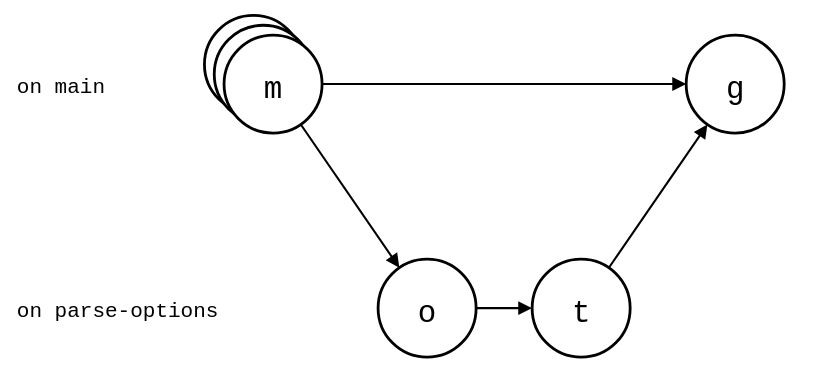
This is docs/05-comparisons/02-third-party/josh-view-merged.drawio.svg from roschaefer/git-splice, a draw.io export, as it was before one commit. Source tidied: cells renumbered, new cells last; positions are measured from the earlier drawing's top-left corner, leaving out a move shared by most shapes.
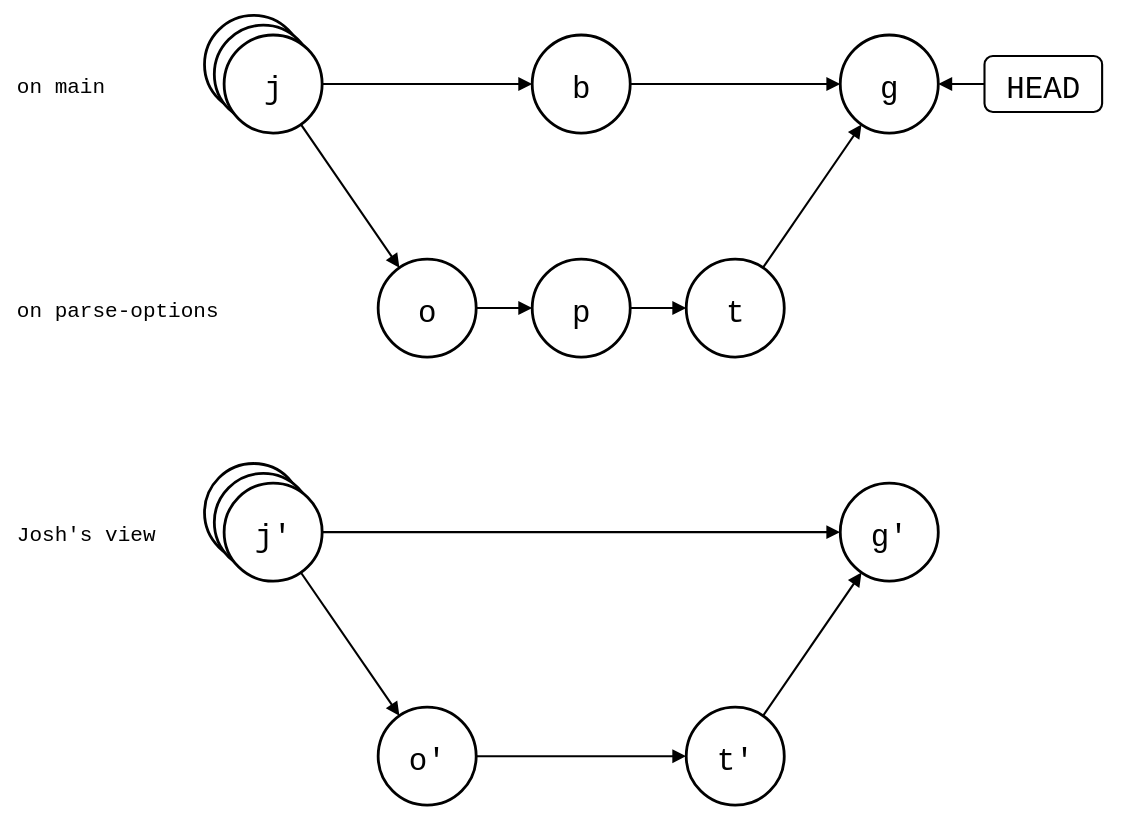
After the commit.

Commit message:
docs(comparisons): draw the Josh monorepo next to its view of the library

The drawing showed only Josh's view, while the git-splice drawing below it shows the monorepo and the library. Now both have the same rows: the branch and the merge, and what the library sees of them.

Diff of the diagram source:
```diff
@@ -8,35 +8,86 @@
     <mxCell id="3" value="on parse-options" style="text;strokeColor=none;fillColor=none;align=left;verticalAlign=middle;fontSize=15;fontFamily=Roboto Mono,monospace;" parent="1" vertex="1">
       <mxGeometry y="194" width="130" height="30" as="geometry" />
     </mxCell>
+    <mxCell id="14" value="Josh's view" style="text;strokeColor=none;fillColor=none;align=left;verticalAlign=middle;fontSize=15;fontFamily=Roboto Mono,monospace;" parent="1" vertex="1">
+      <mxGeometry y="354" width="130" height="30" as="geometry" />
+    </mxCell>
     <mxCell id="4" style="shape=ellipse;strokeWidth=2;fontSize=22;fontFamily=Roboto Mono,monospace;" parent="1" vertex="1">
       <mxGeometry x="136" width="70" height="70" as="geometry" />
     </mxCell>
     <mxCell id="5" style="shape=ellipse;strokeWidth=2;fontSize=22;fontFamily=Roboto Mono,monospace;" parent="1" vertex="1">
       <mxGeometry x="143" y="7" width="70" height="70" as="geometry" />
     </mxCell>
-    <mxCell id="6" value="m" style="ellipse;strokeWidth=2;fontSize=22;fontFamily=Roboto Mono,monospace;" parent="1" vertex="1">
-      <mxGeometry x="150" y="14" width="70" height="70" as="geometry" />
-    </mxCell>
+    <mxCell id="15" value="j" style="ellipse;strokeWidth=2;fontSize=22;fontFamily=Roboto Mono,monospace;" parent="1" vertex="1">
+      <mxGeometry x="150" y="14" width="70" height="70" as="geometry" />
+    </mxCell>
+    <mxCell id="16" value="b" style="ellipse;strokeWidth=2;fontSize=22;fontFamily=Roboto Mono,monospace;" parent="1" vertex="1">
+      <mxGeometry x="370" y="14" width="70" height="70" as="geometry" />
+    </mxCell>
+    <mxCell id="9" value="g" style="ellipse;strokeWidth=2;fontSize=22;fontFamily=Roboto Mono,monospace;" parent="1" vertex="1">
+      <mxGeometry x="590" y="14" width="70" height="70" as="geometry" />
+    </mxCell>
     <mxCell id="7" value="o" style="ellipse;strokeWidth=2;fontSize=22;fontFamily=Roboto Mono,monospace;" parent="1" vertex="1">
       <mxGeometry x="260" y="174" width="70" height="70" as="geometry" />
     </mxCell>
+    <mxCell id="17" value="p" style="ellipse;strokeWidth=2;fontSize=22;fontFamily=Roboto Mono,monospace;" parent="1" vertex="1">
+      <mxGeometry x="370" y="174" width="70" height="70" as="geometry" />
+    </mxCell>
     <mxCell id="8" value="t" style="ellipse;strokeWidth=2;fontSize=22;fontFamily=Roboto Mono,monospace;" parent="1" vertex="1">
-      <mxGeometry x="370" y="174" width="70" height="70" as="geometry" />
+      <mxGeometry x="480" y="174" width="70" height="70" as="geometry" />
     </mxCell>
-    <mxCell id="9" value="g" style="ellipse;strokeWidth=2;fontSize=22;fontFamily=Roboto Mono,monospace;" parent="1" vertex="1">
-      <mxGeometry x="480" y="14" width="70" height="70" as="geometry" />
-    </mxCell>
+    <mxCell id="18" style="shape=ellipse;strokeWidth=2;fontSize=22;fontFamily=Roboto Mono,monospace;" parent="1" vertex="1">
+      <mxGeometry x="136" y="320" width="70" height="70" as="geometry" />
+    </mxCell>
+    <mxCell id="19" style="shape=ellipse;strokeWidth=2;fontSize=22;fontFamily=Roboto Mono,monospace;" parent="1" vertex="1">
+      <mxGeometry x="143" y="327" width="70" height="70" as="geometry" />
+    </mxCell>
+    <mxCell id="20" value="j'" style="ellipse;strokeWidth=2;fontSize=22;fontFamily=Roboto Mono,monospace;" parent="1" vertex="1">
+      <mxGeometry x="150" y="334" width="70" height="70" as="geometry" />
+    </mxCell>
+    <mxCell id="21" value="g'" style="ellipse;strokeWidth=2;fontSize=22;fontFamily=Roboto Mono,monospace;" parent="1" vertex="1">
+      <mxGeometry x="590" y="334" width="70" height="70" as="geometry" />
+    </mxCell>
+    <mxCell id="22" value="o'" style="ellipse;strokeWidth=2;fontSize=22;fontFamily=Roboto Mono,monospace;" parent="1" vertex="1">
+      <mxGeometry x="260" y="494" width="70" height="70" as="geometry" />
+    </mxCell>
+    <mxCell id="23" value="t'" style="ellipse;strokeWidth=2;fontSize=22;fontFamily=Roboto Mono,monospace;" parent="1" vertex="1">
+      <mxGeometry x="480" y="494" width="70" height="70" as="geometry" />
+    </mxCell>
+    <mxCell id="24" value="HEAD" style="rounded=1;strokeWidth=1.5;fontSize=22;fontFamily=Roboto Mono,monospace;" parent="1" vertex="1">
+      <mxGeometry x="693" y="29" width="84" height="40" as="geometry" />
+    </mxCell>
+    <mxCell id="25" style="endArrow=block;endFill=1;html=1;strokeWidth=1.5;rounded=0;" parent="1" edge="1" source="24" target="9">
+      <mxGeometry relative="1" as="geometry" />
+    </mxCell>
-    <mxCell id="10" style="endArrow=block;endFill=1;html=1;strokeWidth=1.5;rounded=0;" parent="1" edge="1" source="6" target="7">
+    <mxCell id="10" style="endArrow=block;endFill=1;html=1;strokeWidth=1.5;rounded=0;" parent="1" edge="1" source="15" target="16">
       <mxGeometry relative="1" as="geometry" />
     </mxCell>
-    <mxCell id="11" style="endArrow=block;endFill=1;html=1;strokeWidth=1.5;rounded=0;" parent="1" edge="1" source="7" target="8">
+    <mxCell id="11" style="endArrow=block;endFill=1;html=1;strokeWidth=1.5;rounded=0;" parent="1" edge="1" source="16" target="9">
       <mxGeometry relative="1" as="geometry" />
     </mxCell>
-    <mxCell id="12" style="endArrow=block;endFill=1;html=1;strokeWidth=1.5;rounded=0;" parent="1" edge="1" source="6" target="9">
+    <mxCell id="12" style="endArrow=block;endFill=1;html=1;strokeWidth=1.5;rounded=0;" parent="1" edge="1" source="15" target="7">
       <mxGeometry relative="1" as="geometry" />
     </mxCell>
-    <mxCell id="13" style="endArrow=block;endFill=1;html=1;strokeWidth=1.5;rounded=0;" parent="1" edge="1" source="8" target="9">
+    <mxCell id="13" style="endArrow=block;endFill=1;html=1;strokeWidth=1.5;rounded=0;" parent="1" edge="1" source="7" target="17">
       <mxGeometry relative="1" as="geometry" />
     </mxCell>
+    <mxCell id="26" style="endArrow=block;endFill=1;html=1;strokeWidth=1.5;rounded=0;" parent="1" edge="1" source="17" target="8">
+      <mxGeometry relative="1" as="geometry" />
+    </mxCell>
+    <mxCell id="27" style="endArrow=block;endFill=1;html=1;strokeWidth=1.5;rounded=0;" parent="1" edge="1" source="8" target="9">
+      <mxGeometry relative="1" as="geometry" />
+    </mxCell>
+    <mxCell id="28" style="endArrow=block;endFill=1;html=1;strokeWidth=1.5;rounded=0;" parent="1" edge="1" source="20" target="21">
+      <mxGeometry relative="1" as="geometry" />
+    </mxCell>
+    <mxCell id="29" style="endArrow=block;endFill=1;html=1;strokeWidth=1.5;rounded=0;" parent="1" edge="1" source="20" target="22">
+      <mxGeometry relative="1" as="geometry" />
+    </mxCell>
+    <mxCell id="30" style="endArrow=block;endFill=1;html=1;strokeWidth=1.5;rounded=0;" parent="1" edge="1" source="22" target="23">
+      <mxGeometry relative="1" as="geometry" />
+    </mxCell>
+    <mxCell id="31" style="endArrow=block;endFill=1;html=1;strokeWidth=1.5;rounded=0;" parent="1" edge="1" source="23" target="21">
+      <mxGeometry relative="1" as="geometry" />
+    </mxCell>
   </root>
 </mxGraphModel>
```
